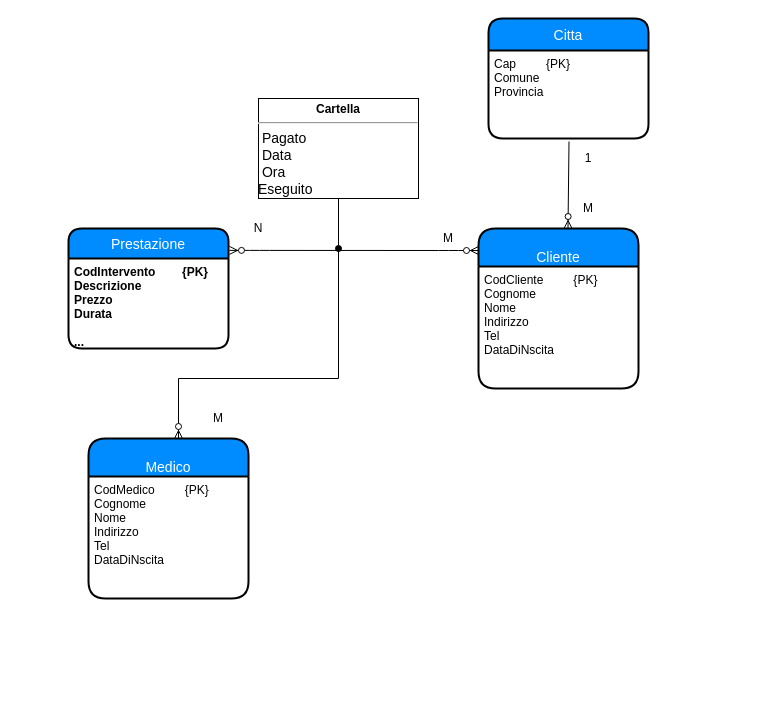
Before: Studio_Dentistico_Associato_05_2022.drawio in amarzocchella/DB, a draw.io diagram. Source tidied: cells renumbered, new cells numbered last; positions are measured from the earlier drawing's top-left corner, leaving out a move shared by most shapes. Both pictures are drawn from the tidied source at 100%, with x=0, y=0 at pixel (68, 18).
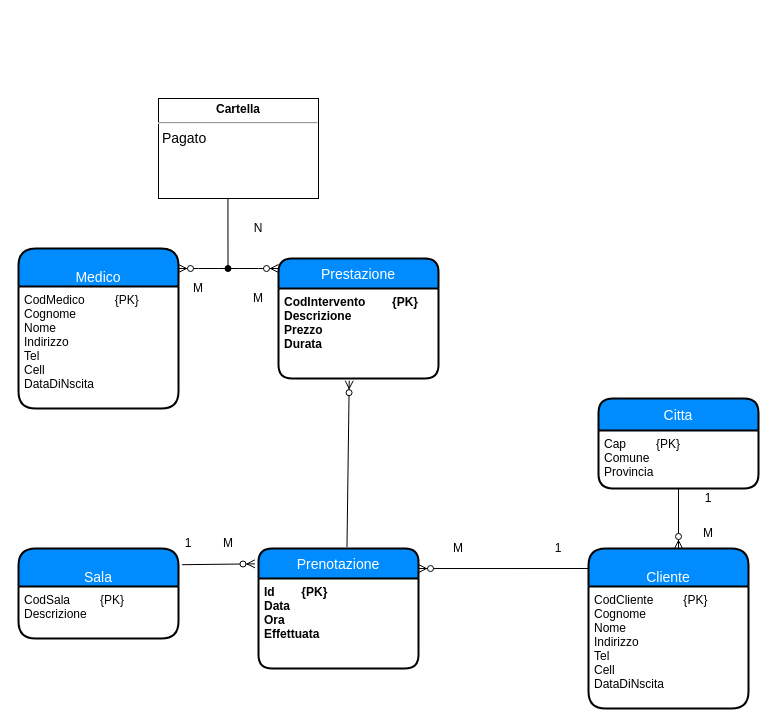
After the change.

The edit, as a diff of the source:
```diff
@@
     <mxCell id="2" value="Prestazione" style="swimlane;horizontal=1;startSize=30;fillColor=#008cff;fontColor=#FFFFFF;rounded=1;fontSize=14;fontStyle=0;strokeWidth=2;shadow=0;dashed=0;align=center;" parent="1" vertex="1">
-      <mxGeometry y="210" width="160" height="120" as="geometry" />
+      <mxGeometry x="210" y="240" width="160" height="120" as="geometry" />
     </mxCell>
-    <mxCell id="3" value="CodIntervento        {PK}&#10;Descrizione&#10;Prezzo&#10;Durata&#10;&#10;...&#10;" style="align=left;strokeColor=none;fillColor=none;spacingLeft=4;fontSize=12;verticalAlign=top;fontStyle=1;" parent="2" vertex="1">
+    <mxCell id="3" value="CodIntervento        {PK}&#10;Descrizione&#10;Prezzo&#10;Durata" style="align=left;strokeColor=none;fillColor=none;spacingLeft=4;fontSize=12;verticalAlign=top;fontStyle=1;" parent="2" vertex="1">
       <mxGeometry y="30" width="160" height="90" as="geometry" />
     </mxCell>
     <mxCell id="4" value="&#10;Cliente" style="swimlane;horizontal=1;startSize=38;fillColor=#008cff;fontColor=#FFFFFF;rounded=1;fontSize=14;fontStyle=0;strokeWidth=2;shadow=0;dashed=0;align=center;" parent="1" vertex="1">
-      <mxGeometry x="410" y="210" width="160" height="160" as="geometry" />
+      <mxGeometry x="520" y="530" width="160" height="160" as="geometry" />
     </mxCell>
-    <mxCell id="5" value="CodCliente         {PK}&#10;Cognome&#10;Nome&#10;Indirizzo&#10;Tel&#10;DataDiNscita&#10;&#10;" style="align=left;strokeColor=none;fillColor=none;spacingLeft=4;fontSize=12;verticalAlign=top;fontStyle=0;" parent="4" vertex="1">
+    <mxCell id="5" value="CodCliente         {PK}&#10;Cognome&#10;Nome&#10;Indirizzo&#10;Tel&#10;Cell&#10;DataDiNscita&#10;&#10;" style="align=left;strokeColor=none;fillColor=none;spacingLeft=4;fontSize=12;verticalAlign=top;fontStyle=0;" parent="4" vertex="1">
       <mxGeometry y="38" width="160" height="122" as="geometry" />
     </mxCell>
-    <mxCell id="6" style="edgeStyle=entityRelationEdgeStyle;fontSize=12;html=1;endArrow=ERzeroToMany;endFill=1;startArrow=ERzeroToMany;exitX=1.006;exitY=0.158;exitDx=0;exitDy=0;exitPerimeter=0;" parent="1" edge="1">
+    <mxCell id="6" style="edgeStyle=entityRelationEdgeStyle;fontSize=12;html=1;endArrow=ERzeroToMany;endFill=1;startArrow=ERzeroToMany;exitX=1;exitY=0.125;exitDx=0;exitDy=0;exitPerimeter=0;" parent="1" edge="1" source="16">
       <mxGeometry relative="1" as="geometry">
-        <mxPoint x="161" y="231.9" as="sourcePoint" />
-        <mxPoint x="410" y="232" as="targetPoint" />
+        <mxPoint x="210" y="250" as="targetPoint" />
       </mxGeometry>
     </mxCell>
-    <mxCell id="7" style="endArrow=none;html=1;startArrow=oval;startFill=1;entryX=0.5;entryY=1;entryDx=0;entryDy=0;" parent="1" edge="1">
+    <mxCell id="7" style="endArrow=none;html=1;startArrow=oval;startFill=1;entryX=0.434;entryY=1;entryDx=0;entryDy=0;entryPerimeter=0;" parent="1" edge="1" target="11">
       <mxGeometry relative="1" as="geometry">
-        <mxPoint x="270" y="230" as="sourcePoint" />
-        <mxPoint x="270" y="170" as="targetPoint" />
+        <mxPoint x="159.5" y="250" as="sourcePoint" />
       </mxGeometry>
     </mxCell>
     <mxCell id="8" value="Citta" style="swimlane;horizontal=1;startSize=32;fillColor=#008cff;fontColor=#FFFFFF;rounded=1;fontSize=14;fontStyle=0;strokeWidth=2;shadow=0;dashed=0;align=center;" parent="1" vertex="1">
-      <mxGeometry x="420" width="160" height="120" as="geometry" />
+      <mxGeometry x="530" y="380" width="160" height="90" as="geometry" />
     </mxCell>
     <mxCell id="9" value="Cap         {PK}&#10;Comune&#10;Provincia" style="align=left;strokeColor=none;fillColor=none;spacingLeft=4;fontSize=12;verticalAlign=top;fontStyle=0;" parent="8" vertex="1">
-      <mxGeometry y="32" width="160" height="88" as="geometry" />
+      <mxGeometry y="32" width="160" height="58" as="geometry" />
     </mxCell>
-    <mxCell id="10" style="fontSize=12;html=1;endArrow=ERzeroToMany;rounded=1;endFill=1;startFill=1;elbow=vertical;entryX=0.681;entryY=0.008;entryDx=0;entryDy=0;entryPerimeter=0;exitX=0.625;exitY=1.045;exitDx=0;exitDy=0;exitPerimeter=0;" parent="1" edge="1">
+    <mxCell id="10" style="fontSize=12;html=1;endArrow=ERzeroToMany;rounded=1;endFill=1;startFill=1;elbow=vertical;entryX=0.681;entryY=0.008;entryDx=0;entryDy=0;entryPerimeter=0;" parent="1" edge="1">
       <mxGeometry relative="1" as="geometry">
-        <mxPoint x="500.5" y="123" as="sourcePoint" />
-        <mxPoint x="499.5" y="210" as="targetPoint" />
+        <mxPoint x="610" y="470" as="sourcePoint" />
+        <mxPoint x="610" y="530" as="targetPoint" />
       </mxGeometry>
     </mxCell>
-    <mxCell id="11" value="&lt;p style=&quot;margin: 4px 0px 0px ; text-align: center&quot;&gt;&lt;b&gt;Cartella&lt;/b&gt;&lt;/p&gt;&lt;hr&gt;&lt;div style=&quot;font-size: 14px&quot;&gt;&amp;nbsp;Pagato&lt;/div&gt;&lt;div style=&quot;font-size: 14px&quot;&gt;&amp;nbsp;Data&lt;br&gt;&lt;/div&gt;&lt;div style=&quot;font-size: 14px&quot;&gt;&amp;nbsp;Ora&lt;/div&gt;&lt;div style=&quot;font-size: 14px&quot;&gt;Eseguito&lt;/div&gt;" style="verticalAlign=top;align=left;overflow=fill;fontSize=12;fontFamily=Helvetica;html=1;" parent="1" vertex="1">
-      <mxGeometry x="190" y="80" width="160" height="100" as="geometry" />
+    <mxCell id="11" value="&lt;p style=&quot;margin: 4px 0px 0px ; text-align: center&quot;&gt;&lt;b&gt;Cartella&lt;/b&gt;&lt;/p&gt;&lt;hr&gt;&lt;div style=&quot;font-size: 14px&quot;&gt;&amp;nbsp;Pagato&lt;/div&gt;&lt;div style=&quot;font-size: 14px&quot;&gt;&amp;nbsp;&lt;/div&gt;" style="verticalAlign=top;align=left;overflow=fill;fontSize=12;fontFamily=Helvetica;html=1;" parent="1" vertex="1">
+      <mxGeometry x="90" y="80" width="160" height="100" as="geometry" />
     </mxCell>
@@
     <mxCell id="13" value="M" style="text;html=1;strokeColor=none;fillColor=none;align=center;verticalAlign=middle;whiteSpace=wrap;rounded=0;" parent="1" vertex="1">
-      <mxGeometry x="370" y="210" width="20" height="20" as="geometry" />
+      <mxGeometry x="180" y="270" width="20" height="20" as="geometry" />
     </mxCell>
     <mxCell id="14" value="1" style="text;html=1;strokeColor=none;fillColor=none;align=center;verticalAlign=middle;whiteSpace=wrap;rounded=0;" parent="1" vertex="1">
-      <mxGeometry x="510" y="130" width="20" height="20" as="geometry" />
+      <mxGeometry x="630" y="470" width="20" height="20" as="geometry" />
     </mxCell>
     <mxCell id="15" value="M" style="text;html=1;strokeColor=none;fillColor=none;align=center;verticalAlign=middle;whiteSpace=wrap;rounded=0;" parent="1" vertex="1">
-      <mxGeometry x="510" y="180" width="20" height="20" as="geometry" />
+      <mxGeometry x="630" y="505" width="20" height="20" as="geometry" />
     </mxCell>
     <mxCell id="16" value="&#10;Medico" style="swimlane;horizontal=1;startSize=38;fillColor=#008cff;fontColor=#FFFFFF;rounded=1;fontSize=14;fontStyle=0;strokeWidth=2;shadow=0;dashed=0;align=center;" parent="1" vertex="1">
-      <mxGeometry x="20" y="420" width="160" height="160" as="geometry" />
+      <mxGeometry x="-50" y="230" width="160" height="160" as="geometry" />
     </mxCell>
-    <mxCell id="17" value="CodMedico         {PK}&#10;Cognome&#10;Nome&#10;Indirizzo&#10;Tel&#10;DataDiNscita&#10;&#10;" style="align=left;strokeColor=none;fillColor=none;spacingLeft=4;fontSize=12;verticalAlign=top;fontStyle=0;" parent="16" vertex="1">
+    <mxCell id="17" value="CodMedico         {PK}&#10;Cognome&#10;Nome&#10;Indirizzo&#10;Tel&#10;Cell&#10;DataDiNscita&#10;&#10;" style="align=left;strokeColor=none;fillColor=none;spacingLeft=4;fontSize=12;verticalAlign=top;fontStyle=0;" parent="16" vertex="1">
       <mxGeometry y="38" width="160" height="122" as="geometry" />
     </mxCell>
-    <mxCell id="18" style="fontSize=12;html=1;endArrow=ERzeroToMany;rounded=1;endFill=1;startFill=1;elbow=vertical;" parent="1" edge="1">
-      <mxGeometry relative="1" as="geometry">
-        <mxPoint x="110" y="360" as="sourcePoint" />
-        <mxPoint x="110" y="420" as="targetPoint" />
-      </mxGeometry>
+    <mxCell id="18" style="fontSize=12;html=1;endArrow=ERzeroToMany;rounded=1;endFill=1;startFill=1;elbow=vertical;exitX=1.022;exitY=0.18;exitDx=0;exitDy=0;exitPerimeter=0;entryX=-0.022;entryY=0.128;entryDx=0;entryDy=0;entryPerimeter=0;" parent="1" edge="1" source="22" target="25">
+      <mxGeometry relative="1" as="geometry" />
     </mxCell>
     <mxCell id="19" value="M" style="text;html=1;strokeColor=none;fillColor=none;align=center;verticalAlign=middle;whiteSpace=wrap;rounded=0;" parent="1" vertex="1">
-      <mxGeometry x="140" y="390" width="20" height="20" as="geometry" />
+      <mxGeometry x="120" y="260" width="20" height="20" as="geometry" />
     </mxCell>
-    <mxCell id="20" style="endArrow=none;html=1;rounded=0;" parent="1" edge="1">
-      <mxGeometry relative="1" as="geometry">
-        <mxPoint x="110" y="360" as="sourcePoint" />
-        <mxPoint x="270" y="360" as="targetPoint" />
-      </mxGeometry>
-    </mxCell>
-    <mxCell id="21" style="endArrow=none;html=1;rounded=0;" parent="1" edge="1">
-      <mxGeometry relative="1" as="geometry">
-        <mxPoint x="270" y="360" as="sourcePoint" />
-        <mxPoint x="270" y="230" as="targetPoint" />
-      </mxGeometry>
-    </mxCell>
+    <mxCell id="22" value="&#10;Sala" style="swimlane;horizontal=1;startSize=38;fillColor=#008cff;fontColor=#FFFFFF;rounded=1;fontSize=14;fontStyle=0;strokeWidth=2;shadow=0;dashed=0;align=center;" parent="1" vertex="1">
+      <mxGeometry x="-50" y="530" width="160" height="90" as="geometry" />
+    </mxCell>
+    <mxCell id="23" value="CodSala         {PK}&#10;Descrizione&#10;&#10;" style="align=left;strokeColor=none;fillColor=none;spacingLeft=4;fontSize=12;verticalAlign=top;fontStyle=0;" parent="22" vertex="1">
+      <mxGeometry y="38" width="160" height="52" as="geometry" />
+    </mxCell>
+    <mxCell id="24" style="fontSize=12;html=1;endArrow=ERzeroToMany;rounded=1;endFill=1;startFill=1;elbow=vertical;exitX=0.553;exitY=-0.012;exitDx=0;exitDy=0;exitPerimeter=0;entryX=0.442;entryY=1.024;entryDx=0;entryDy=0;entryPerimeter=0;" parent="1" edge="1" source="25" target="3">
+      <mxGeometry relative="1" as="geometry" />
+    </mxCell>
+    <mxCell id="25" value="Prenotazione" style="swimlane;horizontal=1;startSize=30;fillColor=#008cff;fontColor=#FFFFFF;rounded=1;fontSize=14;fontStyle=0;strokeWidth=2;shadow=0;dashed=0;align=center;" parent="1" vertex="1">
+      <mxGeometry x="190" y="530" width="160" height="120" as="geometry" />
+    </mxCell>
+    <mxCell id="26" value="Id        {PK}&#10;Data&#10;Ora&#10;Effettuata" style="align=left;strokeColor=none;fillColor=none;spacingLeft=4;fontSize=12;verticalAlign=top;fontStyle=1;" parent="25" vertex="1">
+      <mxGeometry y="30" width="160" height="90" as="geometry" />
+    </mxCell>
+    <mxCell id="27" value="1" style="text;html=1;strokeColor=none;fillColor=none;align=center;verticalAlign=middle;whiteSpace=wrap;rounded=0;" parent="1" vertex="1">
+      <mxGeometry x="110" y="515" width="20" height="20" as="geometry" />
+    </mxCell>
+    <mxCell id="28" value="M" style="text;html=1;strokeColor=none;fillColor=none;align=center;verticalAlign=middle;whiteSpace=wrap;rounded=0;" parent="1" vertex="1">
+      <mxGeometry x="150" y="515" width="20" height="20" as="geometry" />
+    </mxCell>
+    <mxCell id="29" style="fontSize=12;html=1;endArrow=ERzeroToMany;rounded=1;endFill=1;startFill=1;elbow=vertical;entryX=1;entryY=0.167;entryDx=0;entryDy=0;entryPerimeter=0;" parent="1" edge="1" target="25">
+      <mxGeometry relative="1" as="geometry">
+        <mxPoint x="520" y="550" as="sourcePoint" />
+      </mxGeometry>
+    </mxCell>
+    <mxCell id="30" value="1" style="text;html=1;strokeColor=none;fillColor=none;align=center;verticalAlign=middle;whiteSpace=wrap;rounded=0;" parent="1" vertex="1">
+      <mxGeometry x="480" y="520" width="20" height="20" as="geometry" />
+    </mxCell>
+    <mxCell id="31" value="M" style="text;html=1;strokeColor=none;fillColor=none;align=center;verticalAlign=middle;whiteSpace=wrap;rounded=0;" parent="1" vertex="1">
+      <mxGeometry x="380" y="520" width="20" height="20" as="geometry" />
+    </mxCell>
```
